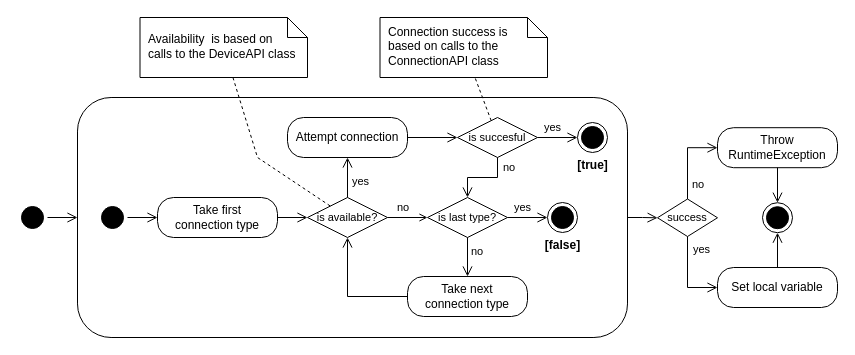
Earlier version of the draw.io diagram page "activity" (2 of 2) of java-src/Experiment1/img/UML-diagrams.drawio (TheisHS/Thesis). Source tidied: cells renumbered, new cells numbered last; positions are measured from the earlier drawing's top-left corner, leaving out a move shared by most shapes. Both pictures are drawn from the tidied source at 100%, with x=0, y=0 at pixel (17, 17).
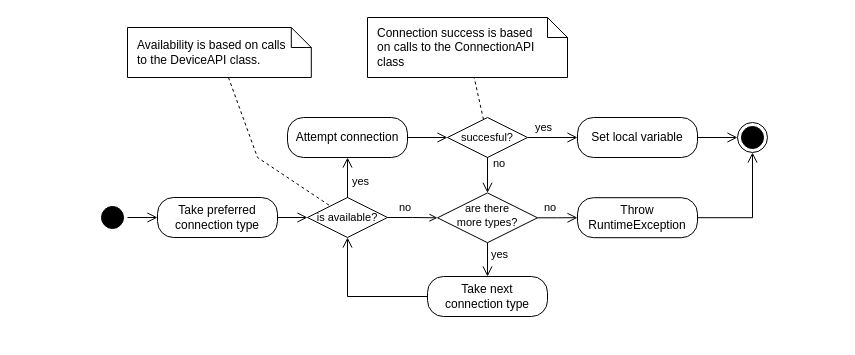
After the change.

The change refers to these unchanged cells:
```xml
<mxCell id="8" value="is available?" style="rhombus;whiteSpace=wrap;html=1;fillColor=none;strokeColor=#000000;hachureGap=4;fontFamily=Helvetica;fontSize=11;" parent="1" vertex="1">
  <mxGeometry x="290" y="180" width="80" height="40" as="geometry" />
</mxCell>
```

Change to the diagram source:
```diff
@@
-    <mxCell id="2" style="rounded=1;whiteSpace=wrap;html=1;arcSize=14;fontColor=#000000;fillColor=none;strokeColor=#000000;hachureGap=4;fontFamily=Helvetica;" parent="1" vertex="1">
-      <mxGeometry x="60" y="80" width="550" height="240" as="geometry" />
-    </mxCell>
@@
-    <mxCell id="5" value="Take first&lt;div&gt;connection type&lt;/div&gt;" style="rounded=1;whiteSpace=wrap;html=1;arcSize=40;fillColor=none;strokeColor=#000000;hachureGap=4;fontFamily=Helvetica;" parent="1" vertex="1">
+    <mxCell id="5" value="Take preferred&lt;div&gt;connection type&lt;/div&gt;" style="rounded=1;whiteSpace=wrap;html=1;arcSize=40;fillColor=none;strokeColor=#000000;hachureGap=4;fontFamily=Helvetica;" parent="1" vertex="1">
       <mxGeometry x="140" y="180" width="120" height="40" as="geometry" />
     </mxCell>
@@
-    <mxCell id="10" value="is last type?" style="rhombus;whiteSpace=wrap;html=1;fillColor=none;strokeColor=#000000;hachureGap=4;fontFamily=Helvetica;fontSize=11;" parent="1" vertex="1">
-      <mxGeometry x="410" y="180" width="80" height="40" as="geometry" />
+    <mxCell id="10" value="are there&lt;div&gt;more types?&lt;/div&gt;" style="rhombus;whiteSpace=wrap;html=1;fillColor=none;strokeColor=#000000;hachureGap=4;fontFamily=Helvetica;fontSize=11;spacingBottom=4;" parent="1" vertex="1">
+      <mxGeometry x="420" y="175.4" width="100" height="49.8" as="geometry" />
     </mxCell>
-    <mxCell id="11" value="no" style="edgeStyle=orthogonalEdgeStyle;html=1;align=left;verticalAlign=middle;endArrow=open;endSize=8;strokeColor=#000000;rounded=0;hachureGap=4;fontFamily=Helvetica;startSize=8;" parent="1" edge="1" source="10" target="13">
+    <mxCell id="11" value="yes" style="edgeStyle=orthogonalEdgeStyle;html=1;align=left;verticalAlign=middle;endArrow=open;endSize=8;strokeColor=#000000;rounded=0;hachureGap=4;fontFamily=Helvetica;startSize=8;" parent="1" edge="1" source="10" target="13">
       <mxGeometry x="-0.28" y="2" relative="1" as="geometry" />
     </mxCell>
-    <mxCell id="12" value="yes" style="edgeStyle=orthogonalEdgeStyle;html=1;align=left;verticalAlign=middle;endArrow=open;endSize=8;strokeColor=#000000;rounded=0;hachureGap=4;fontFamily=Helvetica;startSize=8;" parent="1" edge="1" source="10" target="16">
+    <mxCell id="12" value="no" style="edgeStyle=orthogonalEdgeStyle;html=1;align=left;verticalAlign=middle;endArrow=open;endSize=8;strokeColor=#000000;rounded=0;hachureGap=4;fontFamily=Helvetica;startSize=8;" parent="1" edge="1" source="10" target="30">
       <mxGeometry x="-0.75" y="10" relative="1" as="geometry" />
     </mxCell>
     <mxCell id="13" value="Take next&lt;div&gt;connection type&lt;/div&gt;" style="rounded=1;whiteSpace=wrap;html=1;arcSize=40;fillColor=none;strokeColor=#000000;hachureGap=4;fontFamily=Helvetica;" parent="1" vertex="1">
-      <mxGeometry x="390" y="259" width="120" height="40" as="geometry" />
+      <mxGeometry x="410" y="259" width="120" height="40" as="geometry" />
     </mxCell>
@@
-    <mxCell id="16" style="ellipse;html=1;shape=endState;fillColor=#000000;strokeColor=#000000;hachureGap=4;fontFamily=Helvetica;" parent="1" vertex="1">
-      <mxGeometry x="530" y="185" width="30" height="30" as="geometry" />
-    </mxCell>
@@
-    <mxCell id="19" value="is succesful" style="rhombus;whiteSpace=wrap;html=1;fillColor=none;strokeColor=#000000;hachureGap=4;fontFamily=Helvetica;fontSize=11;" parent="1" vertex="1">
-      <mxGeometry x="440" y="100" width="80" height="40" as="geometry" />
+    <mxCell id="19" value="succesful?" style="rhombus;whiteSpace=wrap;html=1;fillColor=none;strokeColor=#000000;hachureGap=4;fontFamily=Helvetica;fontSize=11;" parent="1" vertex="1">
+      <mxGeometry x="430" y="100" width="80" height="40" as="geometry" />
     </mxCell>
-    <mxCell id="20" value="yes" style="edgeStyle=orthogonalEdgeStyle;html=1;align=left;verticalAlign=middle;endArrow=open;endSize=8;strokeColor=#000000;rounded=0;hachureGap=4;fontFamily=Helvetica;startSize=8;" parent="1" edge="1" source="19" target="21">
+    <mxCell id="20" value="yes" style="edgeStyle=orthogonalEdgeStyle;html=1;align=left;verticalAlign=middle;endArrow=open;endSize=8;strokeColor=#000000;rounded=0;hachureGap=4;fontFamily=Helvetica;startSize=8;" parent="1" edge="1" source="19" target="38">
       <mxGeometry x="-0.75" y="10" relative="1" as="geometry" />
     </mxCell>
-    <mxCell id="21" style="ellipse;html=1;shape=endState;fillColor=#000000;strokeColor=#000000;hachureGap=4;fontFamily=Helvetica;" parent="1" vertex="1">
-      <mxGeometry x="560" y="105" width="30" height="30" as="geometry" />
-    </mxCell>
-    <mxCell id="22" style="ellipse;html=1;shape=startState;fillColor=#000000;strokeColor=#000000;hachureGap=4;fontFamily=Helvetica;" parent="1" vertex="1">
-      <mxGeometry y="185" width="30" height="30" as="geometry" />
-    </mxCell>
-    <mxCell id="23" style="edgeStyle=orthogonalEdgeStyle;html=1;verticalAlign=bottom;endArrow=open;endSize=8;strokeColor=#000000;rounded=0;hachureGap=4;fontFamily=Helvetica;entryX=0;entryY=0.5;entryDx=0;entryDy=0;startSize=8;" parent="1" edge="1" source="22" target="2">
-      <mxGeometry relative="1" as="geometry" />
-    </mxCell>
-    <mxCell id="24" value="[true]" style="text;align=center;fontStyle=1;verticalAlign=middle;spacingLeft=3;spacingRight=3;strokeColor=none;html=1;fontFamily=Helvetica;" parent="1" vertex="1">
-      <mxGeometry x="535" y="135" width="80" height="26" as="geometry" />
-    </mxCell>
-    <mxCell id="25" value="[false]" style="text;align=center;fontStyle=1;verticalAlign=middle;spacingLeft=3;spacingRight=3;strokeColor=none;html=1;fontFamily=Helvetica;" parent="1" vertex="1">
-      <mxGeometry x="505" y="215" width="80" height="26" as="geometry" />
-    </mxCell>
-    <mxCell id="26" style="edgeStyle=orthogonalEdgeStyle;html=1;verticalAlign=bottom;endArrow=open;endSize=8;strokeColor=#000000;rounded=0;hachureGap=4;fontFamily=Helvetica;startSize=8;" parent="1" edge="1" source="2" target="27">
-      <mxGeometry relative="1" as="geometry" />
-    </mxCell>
-    <mxCell id="27" value="success" style="rhombus;whiteSpace=wrap;html=1;fillColor=none;strokeColor=#000000;hachureGap=4;fontFamily=Helvetica;fontSize=11;" parent="1" vertex="1">
-      <mxGeometry x="640" y="181.5" width="60" height="37.5" as="geometry" />
-    </mxCell>
-    <mxCell id="28" value="no" style="edgeStyle=orthogonalEdgeStyle;html=1;align=left;verticalAlign=middle;endArrow=open;endSize=8;strokeColor=#000000;rounded=0;hachureGap=4;fontFamily=Helvetica;startSize=8;" parent="1" edge="1" source="27" target="30">
-      <mxGeometry x="-0.62" y="-3" relative="1" as="geometry">
-        <Array as="points">
-          <mxPoint x="670" y="130.2" />
-        </Array>
-      </mxGeometry>
-    </mxCell>
-    <mxCell id="29" value="yes" style="edgeStyle=orthogonalEdgeStyle;html=1;align=left;verticalAlign=middle;endArrow=open;endSize=8;strokeColor=#000000;rounded=0;hachureGap=4;fontFamily=Helvetica;entryX=0;entryY=0.5;entryDx=0;entryDy=0;startSize=8;" parent="1" edge="1" source="27" target="38">
-      <mxGeometry x="-0.68" y="4" relative="1" as="geometry" />
-    </mxCell>
     <mxCell id="30" value="Throw RuntimeException" style="rounded=1;whiteSpace=wrap;html=1;arcSize=40;fillColor=none;strokeColor=#000000;hachureGap=4;fontFamily=Helvetica;" parent="1" vertex="1">
-      <mxGeometry x="700" y="110.2" width="120" height="40" as="geometry" />
+      <mxGeometry x="560" y="180.2" width="120" height="40" as="geometry" />
     </mxCell>
@@
     <mxCell id="32" style="ellipse;html=1;shape=endState;fillColor=#000000;strokeColor=#000000;hachureGap=4;fontFamily=Helvetica;" parent="1" vertex="1">
-      <mxGeometry x="745" y="185.2" width="30" height="30" as="geometry" />
+      <mxGeometry x="720" y="105" width="30" height="30" as="geometry" />
     </mxCell>
@@
-    <mxCell id="34" value="Connection success is based on calls to the ConnectionAPI class" style="shape=note;size=20;whiteSpace=wrap;html=1;hachureGap=4;fontFamily=Helvetica;align=left;spacingLeft=6;spacingBottom=6;spacingTop=3;strokeColor=#000000;spacingRight=10;" parent="1" vertex="1">
-      <mxGeometry x="362.5" width="167.5" height="60" as="geometry" />
-    </mxCell>
-    <mxCell id="35" value="Availability&amp;nbsp; is based on&amp;nbsp;&lt;div&gt;calls to the DeviceAPI class&lt;/div&gt;" style="shape=note;size=20;whiteSpace=wrap;html=1;hachureGap=4;fontFamily=Helvetica;align=left;spacingLeft=6;spacingBottom=6;spacingTop=3;strokeColor=#000000;spacingRight=10;" parent="1" vertex="1">
-      <mxGeometry x="122.5" width="167.5" height="60" as="geometry" />
-    </mxCell>
-    <mxCell id="36" style="rounded=0;hachureGap=4;jettySize=auto;html=1;fontFamily=Helvetica;dashed=1;endArrow=none;startFill=0;strokeColor=#000000;" parent="1" edge="1" source="35" target="8">
+    <mxCell id="36" style="rounded=0;hachureGap=4;jettySize=auto;html=1;fontFamily=Helvetica;dashed=1;endArrow=none;startFill=0;strokeColor=#000000;" parent="1" edge="1" source="39" target="8">
       <mxGeometry relative="1" as="geometry">
         <Array as="points">
           <mxPoint x="240" y="140" />
         </Array>
       </mxGeometry>
     </mxCell>
@@
     <mxCell id="38" value="Set local variable" style="rounded=1;whiteSpace=wrap;html=1;arcSize=40;fillColor=none;strokeColor=#000000;hachureGap=4;fontFamily=Helvetica;" parent="1" vertex="1">
-      <mxGeometry x="700" y="250" width="120" height="40" as="geometry" />
+      <mxGeometry x="560" y="100" width="120" height="40" as="geometry" />
     </mxCell>
+    <mxCell id="39" value="Availability is based on&amp;nbsp;&lt;span style=&quot;background-color: transparent; color: light-dark(rgb(0, 0, 0), rgb(255, 255, 255));&quot;&gt;calls to the DeviceAPI class.&lt;/span&gt;" style="shape=note;size=20;whiteSpace=wrap;html=1;align=left;verticalAlign=middle;spacing=5;spacingRight=20;spacingLeft=5;" parent="1" vertex="1">
+      <mxGeometry x="110" y="10" width="183.8" height="50" as="geometry" />
+    </mxCell>
+    <mxCell id="34" value="Connection success is based on calls to the ConnectionAPI class" style="shape=note;size=20;whiteSpace=wrap;html=1;align=left;verticalAlign=middle;spacing=5;spacingRight=20;spacingLeft=5;" parent="1" vertex="1">
+      <mxGeometry x="350" width="200" height="60" as="geometry" />
+    </mxCell>
```
